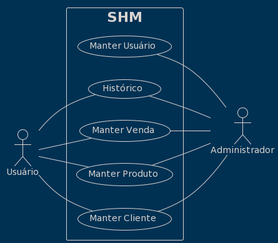
Above: docs/uml/UseCase/UseCase.png in Flaigor/SalesHistoryManager (PlantUML), before the change.
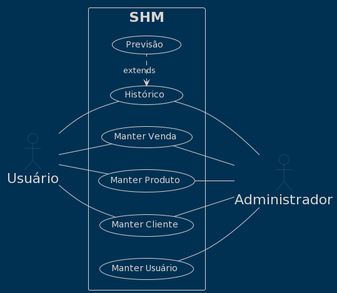
After the commit.

What changed in the source:
```diff
@@ -6,15 +6,16 @@
 actor "Usuário" as User
 
 rectangle SHM {
-Admin -up- (Manter Cliente)
-Admin -up- (Manter Produto)
-Admin -up- (Manter Venda)
-Admin -up- (Histórico)
-Admin -up- (Manter Usuário)
+	Admin -up- (Manter Usuário)
+	Admin -up- (Manter Cliente)
+	Admin -up- (Manter Produto)
+	Admin -up- (Manter Venda)
+        Admin -up- (Histórico)
+        (Histórico) <.right. (Previsão) : extends
 
-User -- (Manter Cliente)
-User -- (Manter Produto)
-User -- (Manter Venda)
-User -- (Histórico)
+	User -- (Manter Cliente)
+	User -- (Manter Produto)
+	User -- (Manter Venda)
+	User -- (Histórico)
 }
 @enduml
```
